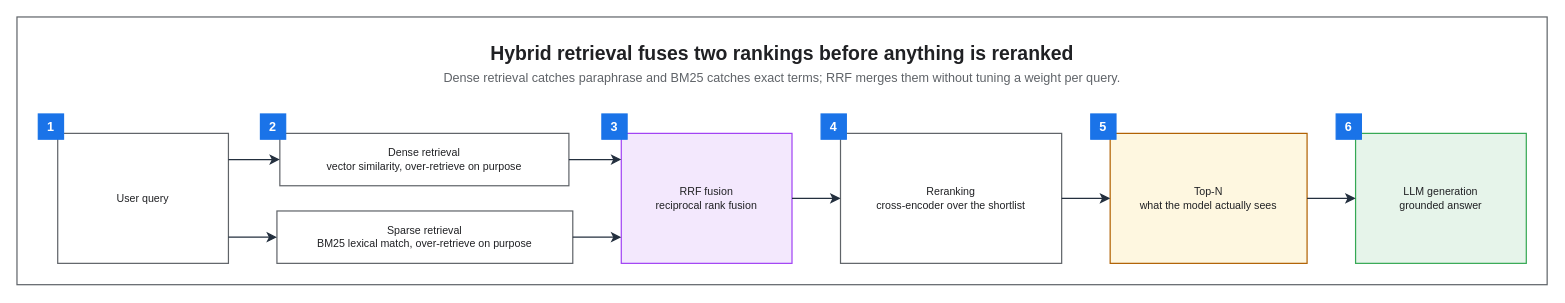
The draw.io diagram assets/img/ai/rag-04-hybrid-rerank.drawio in KKamJi98/kkamji98.github.io, before the edit. Source tidied: cells renumbered, new cells numbered last; positions are measured from the earlier drawing's top-left corner, leaving out a move shared by most shapes. Both pictures are drawn from the tidied source at 97%, with x=0, y=0 at pixel (16, 16).
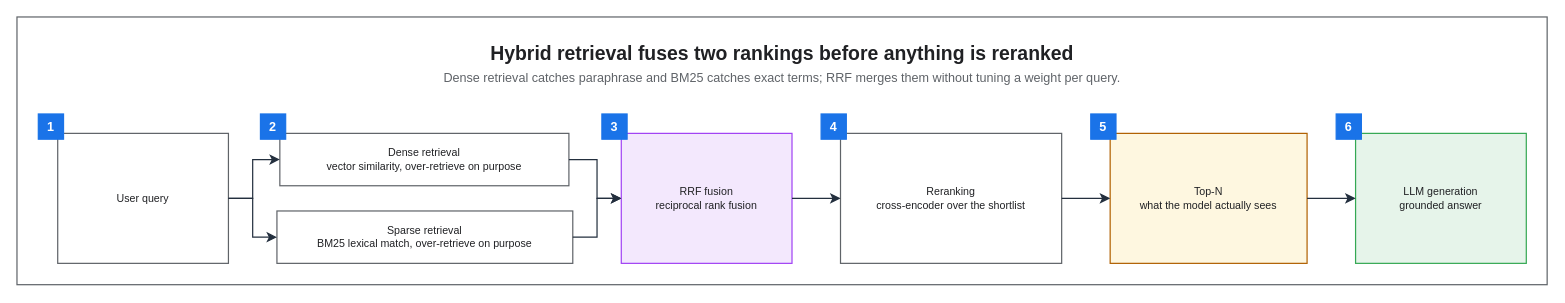
Above is the later version.

Unchanged cells that the change refers to:
```xml
<mxCell id="5" value="User query" style="rounded=0;whiteSpace=wrap;html=0;fillColor=#FFFFFF;strokeColor=#5F6368;fontColor=#202124;fontSize=11;fontStyle=0;align=center;verticalAlign=middle;spacingLeft=6;spacingRight=6;strokeWidth=1.25;" parent="1" vertex="1">
  <mxGeometry x="42" y="120" width="176" height="134" as="geometry" />
</mxCell>
<mxCell id="6" value="Dense retrieval&#10;vector similarity, over-retrieve on purpose" style="rounded=0;whiteSpace=wrap;html=0;fillColor=#FFFFFF;strokeColor=#5F6368;fontColor=#202124;fontSize=11;fontStyle=0;align=center;verticalAlign=middle;spacingLeft=6;spacingRight=6;strokeWidth=1.25;" parent="1" vertex="1">
  <mxGeometry x="271" y="120" width="298" height="54" as="geometry" />
</mxCell>
<mxCell id="7" value="Sparse retrieval&#10;BM25 lexical match, over-retrieve on purpose" style="rounded=0;whiteSpace=wrap;html=0;fillColor=#FFFFFF;strokeColor=#5F6368;fontColor=#202124;fontSize=11;fontStyle=0;align=center;verticalAlign=middle;spacingLeft=6;spacingRight=6;strokeWidth=1.25;" parent="1" vertex="1">
  <mxGeometry x="268" y="200" width="305" height="54" as="geometry" />
</mxCell>
<mxCell id="8" value="RRF fusion&#10;reciprocal rank fusion" style="rounded=0;whiteSpace=wrap;html=0;fillColor=#F3E8FD;strokeColor=#A142F4;fontColor=#202124;fontSize=11;fontStyle=0;align=center;verticalAlign=middle;spacingLeft=6;spacingRight=6;strokeWidth=1.25;" parent="1" vertex="1">
  <mxGeometry x="623" y="120" width="176" height="134" as="geometry" />
</mxCell>
```

Diff of the diagram source:
```diff
@@
-    <mxCell id="18" style="edgeStyle=orthogonalEdgeStyle;rounded=0;html=0;strokeColor=#232F3E;strokeWidth=1.25;endArrow=classic;endFill=1;endSize=7;fontSize=11;fontColor=#202124;labelBackgroundColor=none;jettySize=14;exitX=1;exitY=0.2015;entryX=0;entryY=0.5;exitDx=0;exitDy=0;entryDx=0;entryDy=0;" parent="1" edge="1" source="5" target="6">
-      <mxGeometry relative="1" as="geometry" />
+    <mxCell id="18" style="edgeStyle=orthogonalEdgeStyle;rounded=0;html=0;strokeColor=#232F3E;strokeWidth=1.25;endArrow=classic;endFill=1;endSize=7;fontSize=11;fontColor=#202124;labelBackgroundColor=none;jettySize=14;exitX=1;exitY=0.5;entryX=0;entryY=0.5;exitDx=0;exitDy=0;entryDx=0;entryDy=0;" parent="1" edge="1" source="5" target="6">
+      <mxGeometry relative="1" as="geometry">
+        <Array as="points">
+          <mxPoint x="243" y="187" />
+          <mxPoint x="243" y="147" />
+        </Array>
+      </mxGeometry>
     </mxCell>
-    <mxCell id="19" style="edgeStyle=orthogonalEdgeStyle;rounded=0;html=0;strokeColor=#232F3E;strokeWidth=1.25;endArrow=classic;endFill=1;endSize=7;fontSize=11;fontColor=#202124;labelBackgroundColor=none;jettySize=14;exitX=1;exitY=0.7985;entryX=0;entryY=0.5;exitDx=0;exitDy=0;entryDx=0;entryDy=0;" parent="1" edge="1" source="5" target="7">
-      <mxGeometry relative="1" as="geometry" />
+    <mxCell id="19" style="edgeStyle=orthogonalEdgeStyle;rounded=0;html=0;strokeColor=#232F3E;strokeWidth=1.25;endArrow=classic;endFill=1;endSize=7;fontSize=11;fontColor=#202124;labelBackgroundColor=none;jettySize=14;exitX=1;exitY=0.5;entryX=0;entryY=0.5;exitDx=0;exitDy=0;entryDx=0;entryDy=0;" parent="1" edge="1" source="5" target="7">
+      <mxGeometry relative="1" as="geometry">
+        <Array as="points">
+          <mxPoint x="243" y="187" />
+          <mxPoint x="243" y="227" />
+        </Array>
+      </mxGeometry>
     </mxCell>
-    <mxCell id="20" style="edgeStyle=orthogonalEdgeStyle;rounded=0;html=0;strokeColor=#232F3E;strokeWidth=1.25;endArrow=classic;endFill=1;endSize=7;fontSize=11;fontColor=#202124;labelBackgroundColor=none;jettySize=14;exitX=1;exitY=0.5;entryX=0;entryY=0.2015;exitDx=0;exitDy=0;entryDx=0;entryDy=0;" parent="1" edge="1" source="6" target="8">
-      <mxGeometry relative="1" as="geometry" />
+    <mxCell id="20" style="edgeStyle=orthogonalEdgeStyle;rounded=0;html=0;strokeColor=#232F3E;strokeWidth=1.25;endArrow=classic;endFill=1;endSize=7;fontSize=11;fontColor=#202124;labelBackgroundColor=none;jettySize=14;exitX=1;exitY=0.5;entryX=0;entryY=0.5;exitDx=0;exitDy=0;entryDx=0;entryDy=0;" parent="1" edge="1" source="6" target="8">
+      <mxGeometry relative="1" as="geometry">
+        <Array as="points">
+          <mxPoint x="598" y="147" />
+          <mxPoint x="598" y="187" />
+        </Array>
+      </mxGeometry>
     </mxCell>
-    <mxCell id="21" style="edgeStyle=orthogonalEdgeStyle;rounded=0;html=0;strokeColor=#232F3E;strokeWidth=1.25;endArrow=classic;endFill=1;endSize=7;fontSize=11;fontColor=#202124;labelBackgroundColor=none;jettySize=14;exitX=1;exitY=0.5;entryX=0;entryY=0.7985;exitDx=0;exitDy=0;entryDx=0;entryDy=0;" parent="1" edge="1" source="7" target="8">
-      <mxGeometry relative="1" as="geometry" />
+    <mxCell id="21" style="edgeStyle=orthogonalEdgeStyle;rounded=0;html=0;strokeColor=#232F3E;strokeWidth=1.25;endArrow=classic;endFill=1;endSize=7;fontSize=11;fontColor=#202124;labelBackgroundColor=none;jettySize=14;exitX=1;exitY=0.5;entryX=0;entryY=0.5;exitDx=0;exitDy=0;entryDx=0;entryDy=0;" parent="1" edge="1" source="7" target="8">
+      <mxGeometry relative="1" as="geometry">
+        <Array as="points">
+          <mxPoint x="598" y="227" />
+          <mxPoint x="598" y="187" />
+        </Array>
+      </mxGeometry>
     </mxCell>
```
